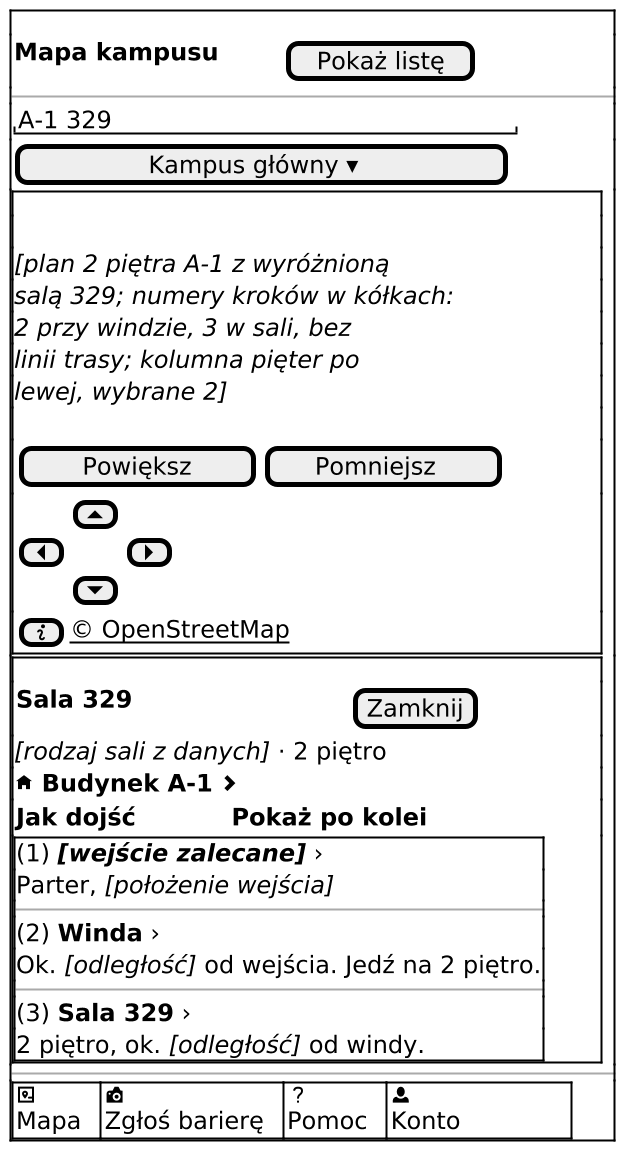
Above: docs/docs/_generated/m-v1-mapa-sala.png in dostepny-kampus/dostepny-kampus (PlantUML), before the change.
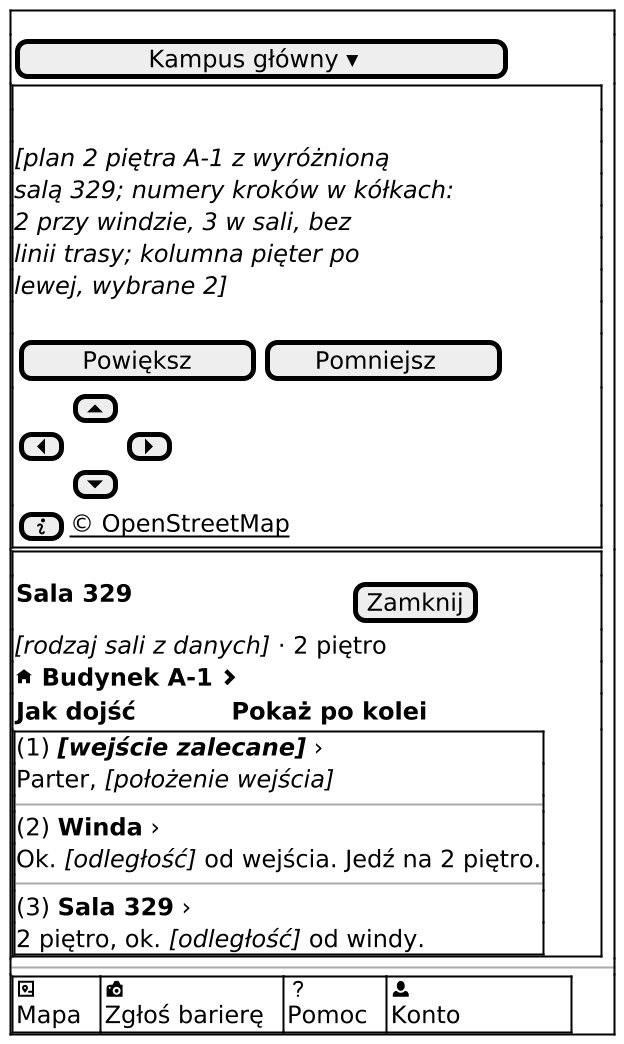
After the change.

The edit, as a diff of the source:
```diff
@@ -1,10 +1,9 @@
 @startsalt
 ' V1 Mapa kampusu, znaleziona sala: plan piętra z wyróżnioną salą i karta sali z listą „Jak dojść”, nic nie wybrane (US18.1, US18.2).
+' Nad kartą bez wiersza tytułu i pola z numerem sali, jak nad V2 (decyzja z 21.11.2026).
 !include _wspolne.iuml
 !include _odwiedzajacy.iuml
 $ekran_poczatek()
-$naglowek_mapy("Pokaż listę")
-$pole_tekstowe("A-1 329")
 $przycisk("Kampus główny ▾")
 $mapa("plan 2 piętra A-1 z wyróżnioną salą 329; numery kroków w kółkach: 2 przy windzie, 3 w sali, bez linii trasy; kolumna pięter po lewej, wybrane 2", "", "info")
 $ramka()
```
